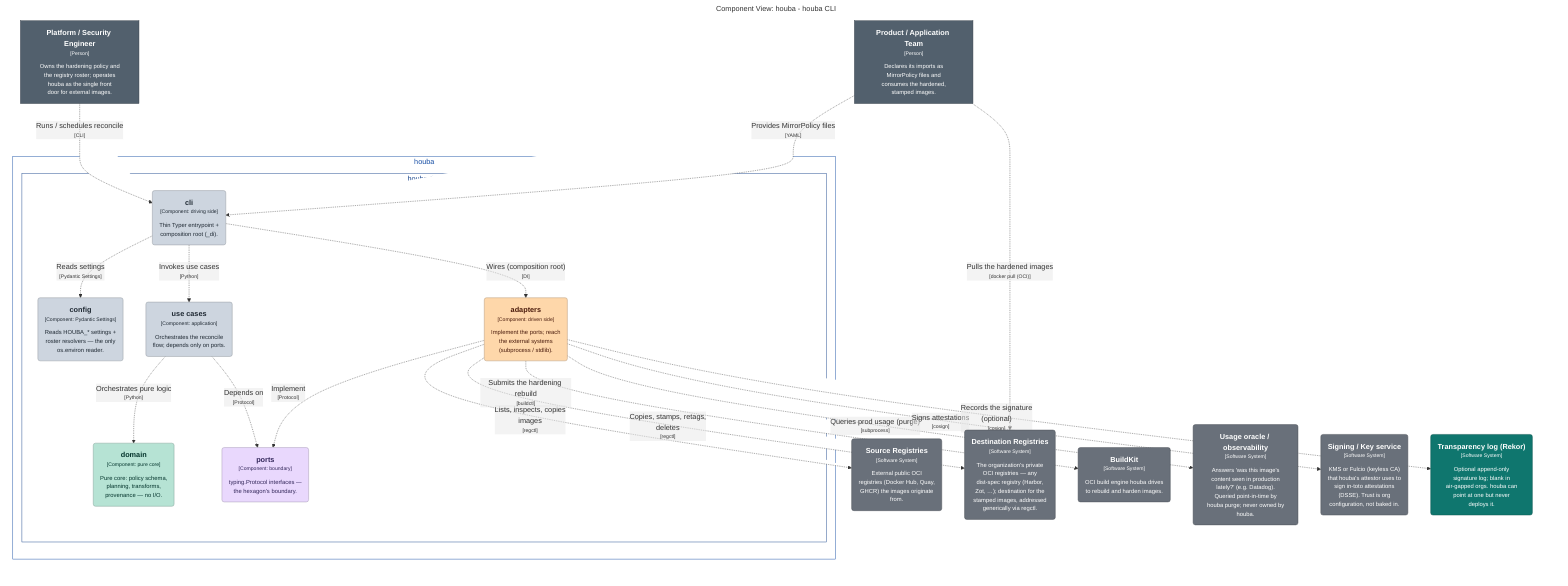
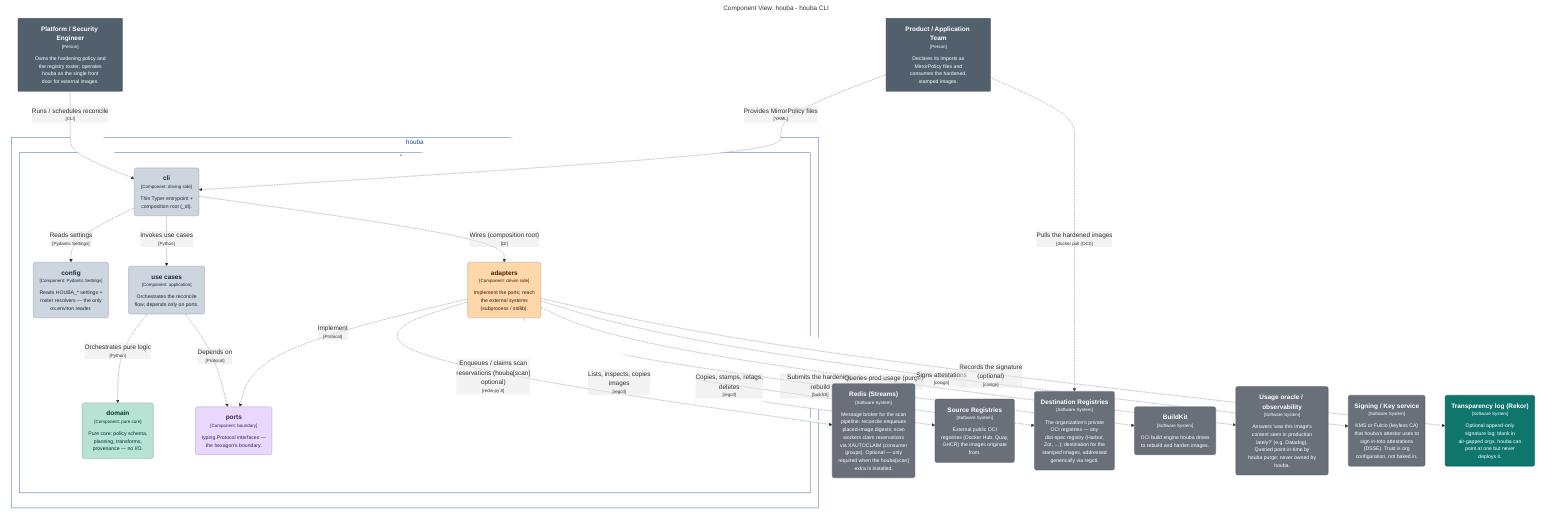
graph LR
  linkStyle default fill:#ffffff

  subgraph diagram ["Component View: houba - houba CLI"]
    style diagram fill:#ffffff,stroke:#ffffff

    1["<div style='font-weight: bold'>Platform / Security Engineer</div><div style='font-size: 70%; margin-top: 0px'>[Person]</div><div style='font-size: 80%; margin-top:10px'>Owns the hardening policy and<br />the registry roster; operates<br />houba as the single front<br />door for external images.</div>"]
    style 1 fill:#52606d,stroke:#39434c,color:#ffffff
    2["<div style='font-weight: bold'>Product / Application Team</div><div style='font-size: 70%; margin-top: 0px'>[Person]</div><div style='font-size: 80%; margin-top:10px'>Declares its imports as<br />MirrorPolicy files and<br />consumes the hardened,<br />stamped images.</div>"]
    style 2 fill:#52606d,stroke:#39434c,color:#ffffff

-     53("<div style='font-weight: bold'>Source Registries</div><div style='font-size: 70%; margin-top: 0px'>[Software System]</div><div style='font-size: 80%; margin-top:10px'>External public OCI<br />registries (Docker Hub, Quay,<br />GHCR) the images originate<br />from.</div>")
-     style 53 fill:#69707a,stroke:#494e55,color:#ffffff
-     54("<div style='font-weight: bold'>Destination Registries</div><div style='font-size: 70%; margin-top: 0px'>[Software System]</div><div style='font-size: 80%; margin-top:10px'>The organization's private<br />OCI registries — any<br />dist-spec registry (Harbor,<br />Zot, …); destination for the<br />stamped images, addressed<br />generically via regctl.</div>")
-     style 54 fill:#69707a,stroke:#494e55,color:#ffffff
-     55("<div style='font-weight: bold'>BuildKit</div><div style='font-size: 70%; margin-top: 0px'>[Software System]</div><div style='font-size: 80%; margin-top:10px'>OCI build engine houba drives<br />to rebuild and harden images.</div>")
-     style 55 fill:#69707a,stroke:#494e55,color:#ffffff
-     59("<div style='font-weight: bold'>Usage oracle / observability</div><div style='font-size: 70%; margin-top: 0px'>[Software System]</div><div style='font-size: 80%; margin-top:10px'>Answers 'was this image's<br />content seen in production<br />lately?' (e.g. Datadog).<br />Queried point-in-time by<br />houba purge; never owned by<br />houba.</div>")
+     58("<div style='font-weight: bold'>Redis (Streams)</div><div style='font-size: 70%; margin-top: 0px'>[Software System]</div><div style='font-size: 80%; margin-top:10px'>Message broker for the scan<br />pipeline: reconcile enqueues<br />placed-image digests; scan<br />workers claim reservations<br />via XAUTOCLAIM (consumer<br />groups). Optional — only<br />required when the houba[scan]<br />extra is installed.</div>")
+     style 58 fill:#69707a,stroke:#494e55,color:#ffffff
+     59("<div style='font-weight: bold'>Source Registries</div><div style='font-size: 70%; margin-top: 0px'>[Software System]</div><div style='font-size: 80%; margin-top:10px'>External public OCI<br />registries (Docker Hub, Quay,<br />GHCR) the images originate<br />from.</div>")
    style 59 fill:#69707a,stroke:#494e55,color:#ffffff
-     60("<div style='font-weight: bold'>Signing / Key service</div><div style='font-size: 70%; margin-top: 0px'>[Software System]</div><div style='font-size: 80%; margin-top:10px'>KMS or Fulcio (keyless CA)<br />that houba's attestor uses to<br />sign in-toto attestations<br />(DSSE). Trust is org<br />configuration, not baked in.</div>")
+     60("<div style='font-weight: bold'>Destination Registries</div><div style='font-size: 70%; margin-top: 0px'>[Software System]</div><div style='font-size: 80%; margin-top:10px'>The organization's private<br />OCI registries — any<br />dist-spec registry (Harbor,<br />Zot, …); destination for the<br />stamped images, addressed<br />generically via regctl.</div>")
    style 60 fill:#69707a,stroke:#494e55,color:#ffffff
-     61("<div style='font-weight: bold'>Transparency log (Rekor)</div><div style='font-size: 70%; margin-top: 0px'>[Software System]</div><div style='font-size: 80%; margin-top:10px'>Optional append-only<br />signature log; blank in<br />air-gapped orgs. houba can<br />point at one but never<br />deploys it.</div>")
-     style 61 fill:#0f766e,stroke:#0a524d,color:#ffffff
+     61("<div style='font-weight: bold'>BuildKit</div><div style='font-size: 70%; margin-top: 0px'>[Software System]</div><div style='font-size: 80%; margin-top:10px'>OCI build engine houba drives<br />to rebuild and harden images.</div>")
+     style 61 fill:#69707a,stroke:#494e55,color:#ffffff
+     65("<div style='font-weight: bold'>Usage oracle / observability</div><div style='font-size: 70%; margin-top: 0px'>[Software System]</div><div style='font-size: 80%; margin-top:10px'>Answers 'was this image's<br />content seen in production<br />lately?' (e.g. Datadog).<br />Queried point-in-time by<br />houba purge; never owned by<br />houba.</div>")
+     style 65 fill:#69707a,stroke:#494e55,color:#ffffff
+     66("<div style='font-weight: bold'>Signing / Key service</div><div style='font-size: 70%; margin-top: 0px'>[Software System]</div><div style='font-size: 80%; margin-top:10px'>KMS or Fulcio (keyless CA)<br />that houba's attestor uses to<br />sign in-toto attestations<br />(DSSE). Trust is org<br />configuration, not baked in.</div>")
+     style 66 fill:#69707a,stroke:#494e55,color:#ffffff
+     67("<div style='font-weight: bold'>Transparency log (Rekor)</div><div style='font-size: 70%; margin-top: 0px'>[Software System]</div><div style='font-size: 80%; margin-top:10px'>Optional append-only<br />signature log; blank in<br />air-gapped orgs. houba can<br />point at one but never<br />deploys it.</div>")
+     style 67 fill:#0f766e,stroke:#0a524d,color:#ffffff

    subgraph 4 ["houba"]
      style 4 fill:#ffffff,stroke:#154da4,color:#154da4

      subgraph 5 ["houba CLI"]
        style 5 fill:#ffffff,stroke:#19458c,color:#19458c

-         47("<div style='font-weight: bold'>config</div><div style='font-size: 70%; margin-top: 0px'>[Component: Pydantic Settings]</div><div style='font-size: 80%; margin-top:10px'>Reads HOUBA_* settings +<br />roster resolvers — the only<br />os.environ reader.</div>")
-         style 47 fill:#cdd5df,stroke:#8f959c,color:#1f2933
-         48("<div style='font-weight: bold'>cli</div><div style='font-size: 70%; margin-top: 0px'>[Component: driving side]</div><div style='font-size: 80%; margin-top:10px'>Thin Typer entrypoint +<br />composition root (_di).</div>")
-         style 48 fill:#cdd5df,stroke:#8f959c,color:#1f2933
-         49("<div style='font-weight: bold'>use cases</div><div style='font-size: 70%; margin-top: 0px'>[Component: application]</div><div style='font-size: 80%; margin-top:10px'>Orchestrates the reconcile<br />flow; depends only on ports.</div>")
-         style 49 fill:#cdd5df,stroke:#8f959c,color:#1f2933
-         50("<div style='font-weight: bold'>domain</div><div style='font-size: 70%; margin-top: 0px'>[Component: pure core]</div><div style='font-size: 80%; margin-top:10px'>Pure core: policy schema,<br />planning, transforms,<br />provenance — no I/O.</div>")
-         style 50 fill:#b6e3d4,stroke:#7f9e94,color:#04342c
-         51("<div style='font-weight: bold'>ports</div><div style='font-size: 70%; margin-top: 0px'>[Component: boundary]</div><div style='font-size: 80%; margin-top:10px'>typing.Protocol interfaces —<br />the hexagon's boundary.</div>")
-         style 51 fill:#e9d8fd,stroke:#a397b1,color:#322659
-         52("<div style='font-weight: bold'>adapters</div><div style='font-size: 70%; margin-top: 0px'>[Component: driven side]</div><div style='font-size: 80%; margin-top:10px'>Implement the ports; reach<br />the external systems<br />(subprocess / stdlib).</div>")
-         style 52 fill:#fed7aa,stroke:#b19676,color:#4a1b0c
+         52("<div style='font-weight: bold'>config</div><div style='font-size: 70%; margin-top: 0px'>[Component: Pydantic Settings]</div><div style='font-size: 80%; margin-top:10px'>Reads HOUBA_* settings +<br />roster resolvers — the only<br />os.environ reader.</div>")
+         style 52 fill:#cdd5df,stroke:#8f959c,color:#1f2933
+         53("<div style='font-weight: bold'>cli</div><div style='font-size: 70%; margin-top: 0px'>[Component: driving side]</div><div style='font-size: 80%; margin-top:10px'>Thin Typer entrypoint +<br />composition root (_di).</div>")
+         style 53 fill:#cdd5df,stroke:#8f959c,color:#1f2933
+         54("<div style='font-weight: bold'>use cases</div><div style='font-size: 70%; margin-top: 0px'>[Component: application]</div><div style='font-size: 80%; margin-top:10px'>Orchestrates the reconcile<br />flow; depends only on ports.</div>")
+         style 54 fill:#cdd5df,stroke:#8f959c,color:#1f2933
+         55("<div style='font-weight: bold'>domain</div><div style='font-size: 70%; margin-top: 0px'>[Component: pure core]</div><div style='font-size: 80%; margin-top:10px'>Pure core: policy schema,<br />planning, transforms,<br />provenance — no I/O.</div>")
+         style 55 fill:#b6e3d4,stroke:#7f9e94,color:#04342c
+         56("<div style='font-weight: bold'>ports</div><div style='font-size: 70%; margin-top: 0px'>[Component: boundary]</div><div style='font-size: 80%; margin-top:10px'>typing.Protocol interfaces —<br />the hexagon's boundary.</div>")
+         style 56 fill:#e9d8fd,stroke:#a397b1,color:#322659
+         57("<div style='font-weight: bold'>adapters</div><div style='font-size: 70%; margin-top: 0px'>[Component: driven side]</div><div style='font-size: 80%; margin-top:10px'>Implement the ports; reach<br />the external systems<br />(subprocess / stdlib).</div>")
+         style 57 fill:#fed7aa,stroke:#b19676,color:#4a1b0c
      end

    end

-     1-. "<div>Runs / schedules reconcile</div><div style='font-size: 70%'>[CLI]</div>" .->48
-     2-. "<div>Provides MirrorPolicy files</div><div style='font-size: 70%'>[YAML]</div>" .->48
-     48-. "<div>Invokes use cases</div><div style='font-size: 70%'>[Python]</div>" .->49
-     48-. "<div>Reads settings</div><div style='font-size: 70%'>[Pydantic Settings]</div>" .->47
-     48-. "<div>Wires (composition root)</div><div style='font-size: 70%'>[DI]</div>" .->52
-     49-. "<div>Orchestrates pure logic</div><div style='font-size: 70%'>[Python]</div>" .->50
-     49-. "<div>Depends on</div><div style='font-size: 70%'>[Protocol]</div>" .->51
-     52-. "<div>Implement</div><div style='font-size: 70%'>[Protocol]</div>" .->51
-     52-. "<div>Lists, inspects, copies<br />images</div><div style='font-size: 70%'>[regctl]</div>" .->53
-     52-. "<div>Copies, stamps, retags,<br />deletes</div><div style='font-size: 70%'>[regctl]</div>" .->54
-     52-. "<div>Submits the hardening rebuild</div><div style='font-size: 70%'>[buildctl]</div>" .->55
-     52-. "<div>Queries prod usage (purge)</div><div style='font-size: 70%'>[subprocess]</div>" .->59
-     52-. "<div>Signs attestations</div><div style='font-size: 70%'>[cosign]</div>" .->60
-     52-. "<div>Records the signature<br />(optional)</div><div style='font-size: 70%'>[cosign]</div>" .->61
-     2-. "<div>Pulls the hardened images</div><div style='font-size: 70%'>[docker pull (OCI)]</div>" .->54
+     1-. "<div>Runs / schedules reconcile</div><div style='font-size: 70%'>[CLI]</div>" .->53
+     2-. "<div>Provides MirrorPolicy files</div><div style='font-size: 70%'>[YAML]</div>" .->53
+     53-. "<div>Invokes use cases</div><div style='font-size: 70%'>[Python]</div>" .->54
+     53-. "<div>Reads settings</div><div style='font-size: 70%'>[Pydantic Settings]</div>" .->52
+     53-. "<div>Wires (composition root)</div><div style='font-size: 70%'>[DI]</div>" .->57
+     54-. "<div>Orchestrates pure logic</div><div style='font-size: 70%'>[Python]</div>" .->55
+     54-. "<div>Depends on</div><div style='font-size: 70%'>[Protocol]</div>" .->56
+     57-. "<div>Implement</div><div style='font-size: 70%'>[Protocol]</div>" .->56
+     57-. "<div>Lists, inspects, copies<br />images</div><div style='font-size: 70%'>[regctl]</div>" .->59
+     57-. "<div>Copies, stamps, retags,<br />deletes</div><div style='font-size: 70%'>[regctl]</div>" .->60
+     57-. "<div>Submits the hardening rebuild</div><div style='font-size: 70%'>[buildctl]</div>" .->61
+     57-. "<div>Queries prod usage (purge)</div><div style='font-size: 70%'>[subprocess]</div>" .->65
+     57-. "<div>Signs attestations</div><div style='font-size: 70%'>[cosign]</div>" .->66
+     57-. "<div>Records the signature<br />(optional)</div><div style='font-size: 70%'>[cosign]</div>" .->67
+     57-. "<div>Enqueues / claims scan<br />reservations (houba[scan]<br />optional)</div><div style='font-size: 70%'>[redis-py 8]</div>" .->58
+     2-. "<div>Pulls the hardened images</div><div style='font-size: 70%'>[docker pull (OCI)]</div>" .->60

  end